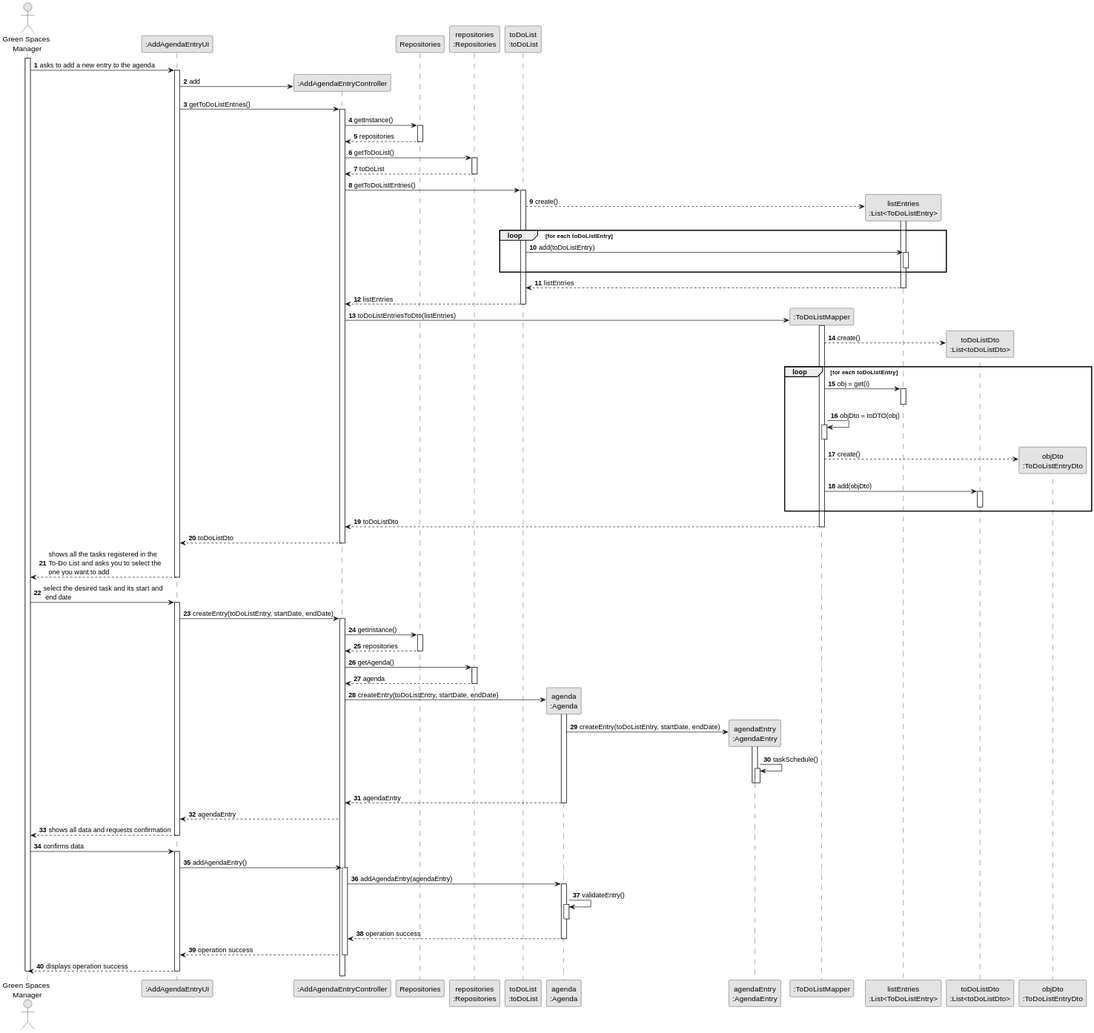
Above: docs/sprintC/us022/03.design/svg/us022-sequence-diagram-full.svg in diogoveirospro/lei-24-s2-1dg-g072 (PlantUML), before the change.
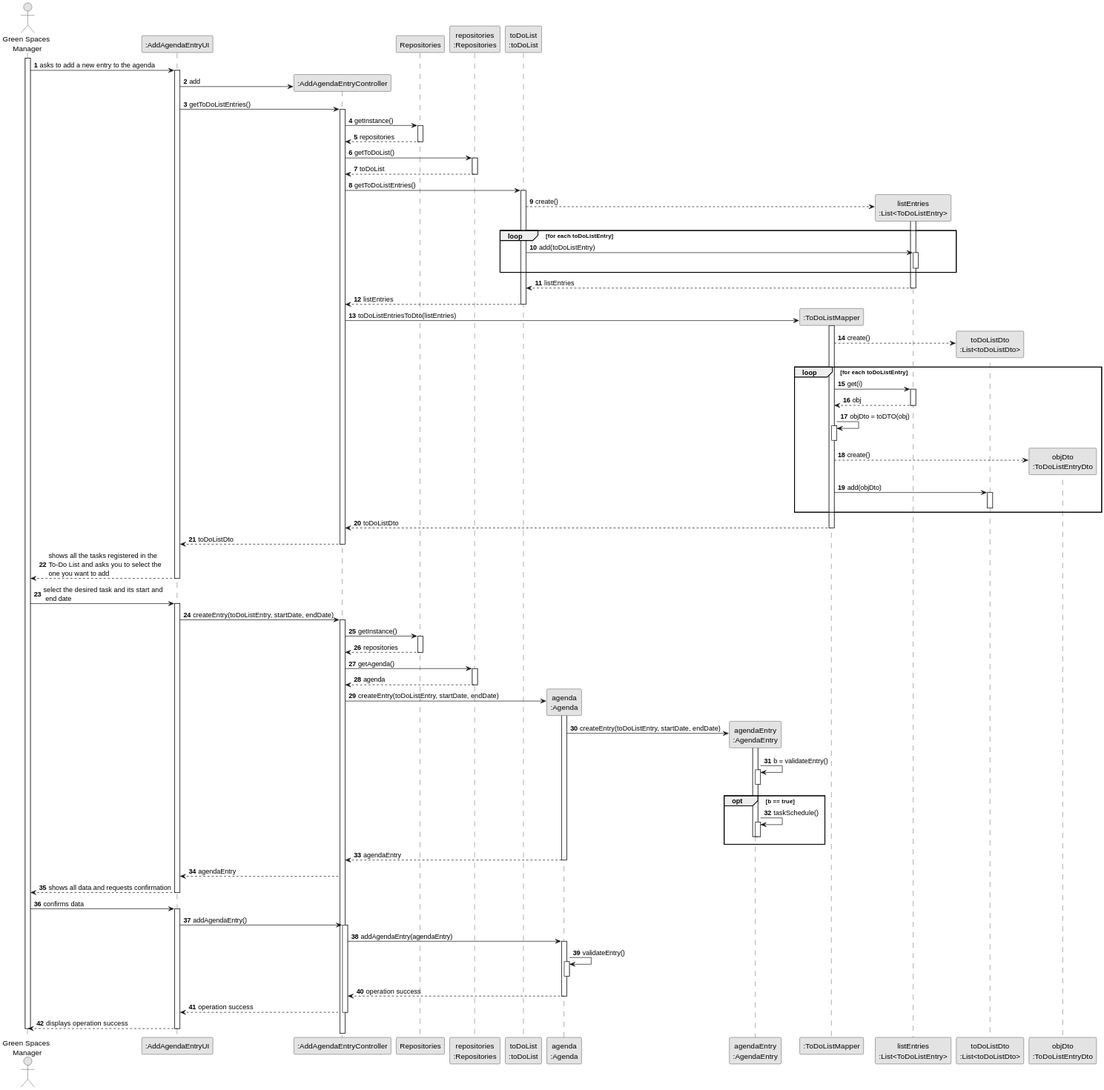
Later version of the same file.

Change to the diagram source:
```diff
@@ -65,8 +65,10 @@
                 TODOLISTMAPPER --> TODOLISTDTO** : create()
 
                 loop for each toDoListEntry
-                    TODOLISTMAPPER -> LISTENTRIES : obj = get(i)
+                    TODOLISTMAPPER -> LISTENTRIES : get(i)
                     activate LISTENTRIES
+
+                    LISTENTRIES --> TODOLISTMAPPER : obj
                     deactivate LISTENTRIES
 
                     TODOLISTMAPPER -> TODOLISTMAPPER : objDto = toDTO(obj)
@@ -114,11 +116,18 @@
                 AGENDA -> AGENDAENTRY** : createEntry(toDoListEntry, startDate, endDate)
                 activate AGENDAENTRY
 
-                AGENDAENTRY -> AGENDAENTRY : taskSchedule()
+                AGENDAENTRY -> AGENDAENTRY : b = validateEntry()
                 activate AGENDAENTRY
                 deactivate AGENDAENTRY
 
+                opt b == true
+                AGENDAENTRY -> AGENDAENTRY : taskSchedule()
+                activate AGENDAENTRY
+
                 deactivate AGENDAENTRY
+
+                deactivate AGENDAENTRY
+                end
 
                 AGENDA --> CTRL : agendaEntry
                 deactivate AGENDA
```
